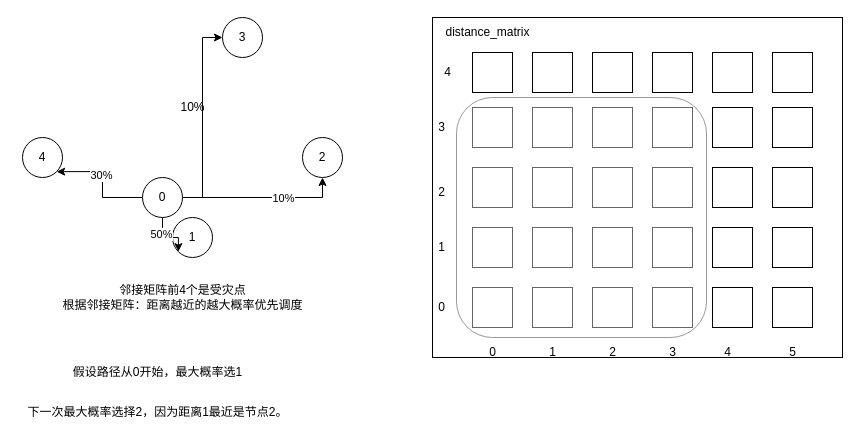
YYForReal/DispatchingForPeople keeps this draw.io diagram as mind/路径的随机生成.drawio. Above is the earlier version. Source tidied: cells renumbered, new cells numbered last; positions are measured from the earlier drawing's top-left corner, leaving out a move shared by most shapes. Both pictures are drawn from the tidied source at 100%, with x=0, y=0 at pixel (17, 17).
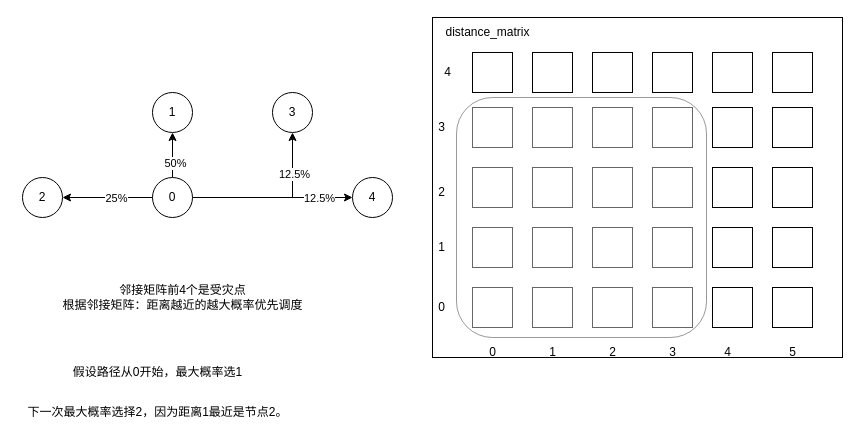
Above is the later version.

Commit message:
Update 路径的随机生成.drawio

Diff of the diagram source:
```diff
@@
-    <mxCell id="2" value="2" style="ellipse;whiteSpace=wrap;html=1;" parent="1" vertex="1">
-      <mxGeometry x="285" y="120" width="40" height="40" as="geometry" />
+    <mxCell id="2" value="4" style="ellipse;whiteSpace=wrap;html=1;" parent="1" vertex="1">
+      <mxGeometry x="335" y="160" width="40" height="40" as="geometry" />
     </mxCell>
     <mxCell id="3" value="1" style="ellipse;whiteSpace=wrap;html=1;" parent="1" vertex="1">
-      <mxGeometry x="155" y="200" width="40" height="40" as="geometry" />
+      <mxGeometry x="135" y="75" width="40" height="40" as="geometry" />
     </mxCell>
-    <mxCell id="4" style="edgeStyle=orthogonalEdgeStyle;rounded=0;jettySize=auto;html=1;entryX=0;entryY=1;entryDx=0;entryDy=0;" parent="1" edge="1" source="11" target="3">
+    <mxCell id="4" style="edgeStyle=orthogonalEdgeStyle;rounded=0;jettySize=auto;html=1;entryX=0.5;entryY=1;entryDx=0;entryDy=0;" parent="1" edge="1" source="11" target="3">
       <mxGeometry relative="1" as="geometry" />
     </mxCell>
@@
-    <mxCell id="6" style="edgeStyle=orthogonalEdgeStyle;rounded=0;jettySize=auto;html=1;entryX=1;entryY=1;entryDx=0;entryDy=0;" parent="1" edge="1" source="11" target="13">
-      <mxGeometry relative="1" as="geometry">
-        <Array as="points">
-          <mxPoint x="85" y="180" />
-          <mxPoint x="85" y="154" />
-        </Array>
-      </mxGeometry>
-    </mxCell>
-    <mxCell id="7" value="30%&lt;br&gt;" style="edgeLabel;html=1;align=center;verticalAlign=middle;" parent="6" vertex="1">
-      <mxGeometry x="0.13" y="2" relative="1" as="geometry" />
-    </mxCell>
-    <mxCell id="8" style="edgeStyle=orthogonalEdgeStyle;rounded=0;jettySize=auto;html=1;entryX=0;entryY=0.5;entryDx=0;entryDy=0;" parent="1" edge="1" source="11" target="12">
-      <mxGeometry relative="1" as="geometry" />
-    </mxCell>
-    <mxCell id="9" style="edgeStyle=orthogonalEdgeStyle;rounded=0;jettySize=auto;html=1;entryX=0.5;entryY=1;entryDx=0;entryDy=0;" parent="1" edge="1" source="11" target="2">
+    <mxCell id="9" style="edgeStyle=orthogonalEdgeStyle;rounded=0;jettySize=auto;html=1;entryX=0;entryY=0.5;entryDx=0;entryDy=0;" parent="1" edge="1" source="11" target="2">
       <mxGeometry relative="1" as="geometry" />
     </mxCell>
-    <mxCell id="10" value="10%" style="edgeLabel;html=1;align=center;verticalAlign=middle;" parent="9" vertex="1">
-      <mxGeometry x="0.25" relative="1" as="geometry" />
+    <mxCell id="10" value="12.5%" style="edgeLabel;html=1;align=center;verticalAlign=middle;" parent="9" vertex="1">
+      <mxGeometry x="0.25" relative="1" as="geometry">
+        <mxPoint x="26" as="offset" />
+      </mxGeometry>
     </mxCell>
+    <mxCell id="8" style="edgeStyle=orthogonalEdgeStyle;rounded=0;jettySize=auto;html=1;entryX=0.5;entryY=1;entryDx=0;entryDy=0;" parent="1" edge="1" source="11" target="12">
+      <mxGeometry relative="1" as="geometry" />
+    </mxCell>
+    <mxCell id="62" value="12.5%" style="edgeLabel;html=1;align=center;verticalAlign=middle;" parent="8" vertex="1">
+      <mxGeometry x="0.5" y="-1" relative="1" as="geometry" />
+    </mxCell>
     <mxCell id="11" value="0" style="ellipse;whiteSpace=wrap;html=1;" parent="1" vertex="1">
-      <mxGeometry x="125" y="160" width="40" height="40" as="geometry" />
+      <mxGeometry x="135" y="160" width="40" height="40" as="geometry" />
     </mxCell>
     <mxCell id="12" value="3" style="ellipse;whiteSpace=wrap;html=1;" parent="1" vertex="1">
-      <mxGeometry x="205" width="40" height="40" as="geometry" />
+      <mxGeometry x="255" y="75" width="40" height="40" as="geometry" />
     </mxCell>
-    <mxCell id="13" value="4" style="ellipse;whiteSpace=wrap;html=1;" parent="1" vertex="1">
-      <mxGeometry x="5" y="120" width="40" height="40" as="geometry" />
+    <mxCell id="13" value="2" style="ellipse;whiteSpace=wrap;html=1;" parent="1" vertex="1">
+      <mxGeometry x="5" y="160" width="40" height="40" as="geometry" />
     </mxCell>
-    <mxCell id="14" value="10%" style="text;html=1;align=center;verticalAlign=middle;strokeColor=none;fillColor=none;" parent="1" vertex="1">
-      <mxGeometry x="150" y="75" width="50" height="30" as="geometry" />
-    </mxCell>
@@
+    <mxCell id="6" style="endArrow=classic;html=1;rounded=0;exitX=0;exitY=0.5;exitDx=0;exitDy=0;entryX=1;entryY=0.5;entryDx=0;entryDy=0;" parent="1" edge="1" source="11" target="13">
+      <mxGeometry relative="1" as="geometry" />
+    </mxCell>
+    <mxCell id="63" value="25%" style="edgeLabel;html=1;align=center;verticalAlign=middle;" parent="6" vertex="1">
+      <mxGeometry x="-0.34" y="2" relative="1" as="geometry">
+        <mxPoint x="-7" y="-2" as="offset" />
+      </mxGeometry>
+    </mxCell>
```
